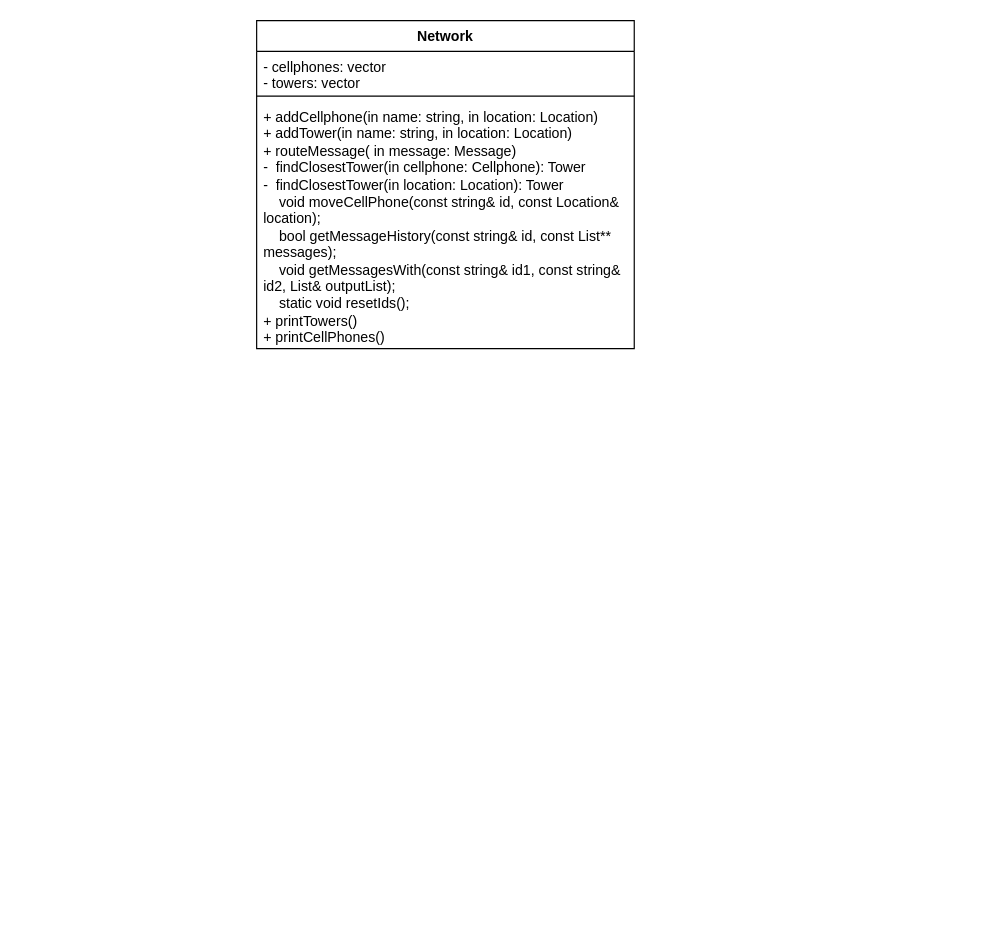
The draw.io diagram Untitled Diagram.drawio in InvalidPathException/draw.io, before the edit. Source tidied: cells renumbered, new cells numbered last; positions are measured from the earlier drawing's top-left corner, leaving out a move shared by most shapes. Both pictures are drawn from the tidied source at 118%, with x=0, y=0 at pixel (256, 20).
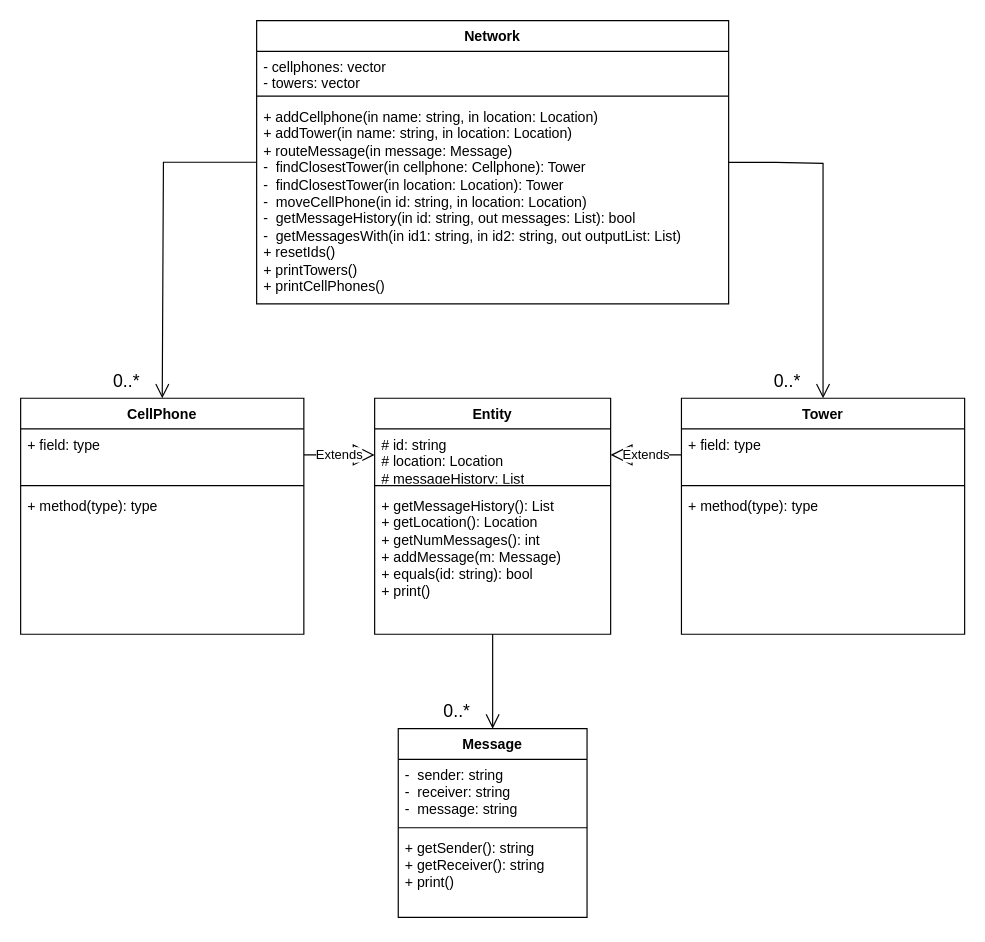
Above is the later version.

Change to the diagram source:
```diff
@@
     <mxCell id="2" value="Network" style="swimlane;fontStyle=1;align=center;verticalAlign=top;horizontal=1;startSize=26;whiteSpace=wrap;html=1;" parent="1" vertex="1">
-      <mxGeometry width="320" height="278" as="geometry" />
+      <mxGeometry width="400" height="240" as="geometry" />
     </mxCell>
     <mxCell id="3" value="&lt;div&gt;- cellphones: vector&lt;/div&gt;&lt;div&gt;- towers: vector&lt;br&gt;&lt;/div&gt;" style="text;strokeColor=none;fillColor=none;align=left;verticalAlign=top;spacingLeft=4;spacingRight=4;overflow=hidden;whiteSpace=wrap;html=1;" parent="2" vertex="1">
-      <mxGeometry y="26" width="320" height="34" as="geometry" />
+      <mxGeometry y="26" width="400" height="34" as="geometry" />
     </mxCell>
     <mxCell id="4" style="line;strokeWidth=1;fillColor=none;align=left;verticalAlign=middle;spacingTop=-1;spacingLeft=3;spacingRight=3;labelPosition=right;strokeColor=inherit;" parent="2" vertex="1">
-      <mxGeometry y="60" width="320" height="8" as="geometry" />
+      <mxGeometry y="60" width="400" height="8" as="geometry" />
     </mxCell>
+    <mxCell id="6" style="edgeStyle=orthogonalEdgeStyle;rounded=0;jettySize=auto;html=1;endArrow=open;endFill=0;endSize=10;startSize=10;" parent="2" edge="1" source="5">
+      <mxGeometry relative="1" as="geometry">
+        <mxPoint x="-80" y="320" as="targetPoint" />
+        <Array as="points">
+          <mxPoint x="-79" y="120" />
+          <mxPoint x="-79" y="320" />
+        </Array>
+      </mxGeometry>
+    </mxCell>
-    <mxCell id="5" value="&lt;div&gt;+ addCellphone(in name: string, in location: Location)&lt;br&gt;+ addTower(in name: string, in location: Location)&lt;/div&gt;&lt;div&gt;+ routeMessage( in message: Message)&lt;br&gt;-&amp;nbsp; findClosestTower(in&amp;nbsp;cellphone: Cellphone): Tower&lt;br&gt;-&amp;nbsp; findClosestTower(in location: Location): Tower&lt;br&gt;&amp;nbsp;&amp;nbsp;&amp;nbsp; void moveCellPhone(const string&amp;amp; id, const Location&amp;amp; location);&lt;br&gt;&amp;nbsp;&amp;nbsp;&amp;nbsp; bool getMessageHistory(const string&amp;amp; id, const List** messages);&lt;br&gt;&amp;nbsp;&amp;nbsp;&amp;nbsp; void getMessagesWith(const string&amp;amp; id1, const string&amp;amp; id2, List&amp;amp; outputList);&lt;br&gt;&amp;nbsp;&amp;nbsp;&amp;nbsp; static void resetIds();&lt;br&gt;&lt;/div&gt;&lt;div&gt;+ printTowers()&lt;/div&gt;&lt;div&gt;+ printCellPhones()&lt;br&gt;&lt;/div&gt;" style="text;strokeColor=none;fillColor=none;align=left;verticalAlign=top;spacingLeft=4;spacingRight=4;overflow=hidden;points=[[0,0.5],[1,0.5]];portConstraint=eastwest;whiteSpace=wrap;html=1;" parent="2" vertex="1">
-      <mxGeometry y="68" width="320" height="210" as="geometry" />
+    <mxCell id="5" value="&lt;div&gt;&lt;div style=&quot;border-color: var(--border-color);&quot;&gt;+ addCellphone(in name: string, in location: Location)&lt;br style=&quot;border-color: var(--border-color);&quot;&gt;+ addTower(in name: string, in location: Location)&lt;/div&gt;&lt;div style=&quot;border-color: var(--border-color);&quot;&gt;+ routeMessage(in message: Message)&lt;br style=&quot;border-color: var(--border-color);&quot;&gt;-&amp;nbsp; findClosestTower(in&amp;nbsp;cellphone: Cellphone): Tower&lt;br style=&quot;border-color: var(--border-color);&quot;&gt;-&amp;nbsp; findClosestTower(in location: Location): Tower&lt;br style=&quot;border-color: var(--border-color);&quot;&gt;&lt;/div&gt;-&amp;nbsp; moveCellPhone(in id: string, in location: Location)&lt;br style=&quot;border-color: var(--border-color);&quot;&gt;&lt;div style=&quot;border-color: var(--border-color);&quot;&gt;-&amp;nbsp; getMessageHistory(in id: string, out messages: List): bool&lt;br&gt;&lt;/div&gt;&lt;div style=&quot;border-color: var(--border-color);&quot;&gt;-&amp;nbsp; getMessagesWith(in id1: string, in id2: string, out outputList: List)&lt;br style=&quot;border-color: var(--border-color);&quot;&gt;+ resetIds()&lt;br style=&quot;border-color: var(--border-color);&quot;&gt;&lt;/div&gt;&lt;div style=&quot;border-color: var(--border-color);&quot;&gt;+ printTowers()&lt;/div&gt;&lt;div style=&quot;border-color: var(--border-color);&quot;&gt;+ printCellPhones()&lt;/div&gt;&lt;/div&gt;" style="text;strokeColor=none;fillColor=none;align=left;verticalAlign=top;spacingLeft=4;spacingRight=4;overflow=hidden;points=[[0,0.5],[1,0.5]];portConstraint=eastwest;whiteSpace=wrap;html=1;" parent="2" vertex="1">
+      <mxGeometry y="68" width="400" height="172" as="geometry" />
     </mxCell>
+    <mxCell id="7" style="edgeStyle=orthogonalEdgeStyle;rounded=0;orthogonalLoop=1;jettySize=auto;html=1;endArrow=open;endFill=0;endSize=10;startSize=10;" parent="1" edge="1">
+      <mxGeometry relative="1" as="geometry">
+        <mxPoint x="400" y="120.1" as="sourcePoint" />
+        <mxPoint x="480" y="320" as="targetPoint" />
+        <Array as="points">
+          <mxPoint x="440" y="120" />
+          <mxPoint x="480" y="121" />
+        </Array>
+      </mxGeometry>
+    </mxCell>
+    <mxCell id="8" value="CellPhone" style="swimlane;fontStyle=1;align=center;verticalAlign=top;horizontal=1;startSize=26;whiteSpace=wrap;html=1;" parent="1" vertex="1">
+      <mxGeometry x="-200" y="320" width="240" height="200" as="geometry" />
+    </mxCell>
+    <mxCell id="9" value="+ field: type" style="text;strokeColor=none;fillColor=none;align=left;verticalAlign=top;spacingLeft=4;spacingRight=4;overflow=hidden;points=[[0,0.5],[1,0.5]];portConstraint=eastwest;whiteSpace=wrap;html=1;" parent="8" vertex="1">
+      <mxGeometry y="26" width="240" height="44" as="geometry" />
+    </mxCell>
+    <mxCell id="10" style="line;strokeWidth=1;fillColor=none;align=left;verticalAlign=middle;spacingTop=-1;spacingLeft=3;spacingRight=3;labelPosition=right;strokeColor=inherit;" parent="8" vertex="1">
+      <mxGeometry y="70" width="240" height="8" as="geometry" />
+    </mxCell>
+    <mxCell id="11" value="+ method(type): type" style="text;strokeColor=none;fillColor=none;align=left;verticalAlign=top;spacingLeft=4;spacingRight=4;overflow=hidden;whiteSpace=wrap;html=1;" parent="8" vertex="1">
+      <mxGeometry y="78" width="240" height="122" as="geometry" />
+    </mxCell>
+    <mxCell id="12" value="Tower" style="swimlane;fontStyle=1;align=center;verticalAlign=top;horizontal=1;startSize=26;whiteSpace=wrap;html=1;" parent="1" vertex="1">
+      <mxGeometry x="360" y="320" width="240" height="200" as="geometry" />
+    </mxCell>
+    <mxCell id="13" value="+ field: type" style="text;strokeColor=none;fillColor=none;align=left;verticalAlign=top;spacingLeft=4;spacingRight=4;overflow=hidden;points=[[0,0.5],[1,0.5]];portConstraint=eastwest;whiteSpace=wrap;html=1;" parent="12" vertex="1">
+      <mxGeometry y="26" width="240" height="44" as="geometry" />
+    </mxCell>
+    <mxCell id="14" style="line;strokeWidth=1;fillColor=none;align=left;verticalAlign=middle;spacingTop=-1;spacingLeft=3;spacingRight=3;labelPosition=right;strokeColor=inherit;" parent="12" vertex="1">
+      <mxGeometry y="70" width="240" height="8" as="geometry" />
+    </mxCell>
+    <mxCell id="15" value="+ method(type): type" style="text;strokeColor=none;fillColor=none;align=left;verticalAlign=top;spacingLeft=4;spacingRight=4;overflow=hidden;whiteSpace=wrap;html=1;" parent="12" vertex="1">
+      <mxGeometry y="78" width="240" height="122" as="geometry" />
+    </mxCell>
+    <mxCell id="16" style="edgeStyle=orthogonalEdgeStyle;rounded=0;jettySize=auto;html=1;entryX=0.5;entryY=0;entryDx=0;entryDy=0;endArrow=open;endFill=0;endSize=10;" parent="1" edge="1" source="17" target="22">
+      <mxGeometry relative="1" as="geometry" />
+    </mxCell>
+    <mxCell id="17" value="Entity" style="swimlane;fontStyle=1;align=center;verticalAlign=top;horizontal=1;startSize=26;whiteSpace=wrap;html=1;" parent="1" vertex="1">
+      <mxGeometry x="100" y="320" width="200" height="200" as="geometry" />
+    </mxCell>
+    <mxCell id="18" value="# id: string&lt;br&gt;# location: Location&lt;br&gt;# messageHistory: List" style="text;strokeColor=none;fillColor=none;align=left;verticalAlign=top;spacingLeft=4;spacingRight=4;overflow=hidden;points=[[0,0.5],[1,0.5]];portConstraint=eastwest;whiteSpace=wrap;html=1;" parent="17" vertex="1">
+      <mxGeometry y="26" width="200" height="44" as="geometry" />
+    </mxCell>
+    <mxCell id="19" style="line;strokeWidth=1;fillColor=none;align=left;verticalAlign=middle;spacingTop=-1;spacingLeft=3;spacingRight=3;labelPosition=right;strokeColor=inherit;" parent="17" vertex="1">
+      <mxGeometry y="70" width="200" height="8" as="geometry" />
+    </mxCell>
+    <mxCell id="20" value="+ getMessageHistory(): List&lt;br&gt;+ getLocation(): Location&lt;br&gt;+&amp;nbsp;getNumMessages(): int&lt;br&gt;+ addMessage(m: Message)&lt;br&gt;+&amp;nbsp;equals(id: string): bool&lt;br&gt;+ print()" style="text;strokeColor=none;fillColor=none;align=left;verticalAlign=top;spacingLeft=4;spacingRight=4;overflow=hidden;whiteSpace=wrap;html=1;" parent="17" vertex="1">
+      <mxGeometry y="78" width="200" height="122" as="geometry" />
+    </mxCell>
+    <mxCell id="21" value="&lt;font style=&quot;font-size: 15px;&quot;&gt;0..*&lt;/font&gt;" style="text;html=1;strokeColor=none;fillColor=none;align=center;verticalAlign=middle;whiteSpace=wrap;rounded=0;" parent="1" vertex="1">
+      <mxGeometry x="-140" y="290" width="60" height="30" as="geometry" />
+    </mxCell>
+    <mxCell id="22" value="Message" style="swimlane;fontStyle=1;align=center;verticalAlign=top;horizontal=1;startSize=26;whiteSpace=wrap;html=1;" parent="1" vertex="1">
+      <mxGeometry x="120" y="600" width="160" height="160" as="geometry" />
+    </mxCell>
+    <mxCell id="23" value="-&amp;nbsp; sender: string&lt;br&gt;-&amp;nbsp; receiver: string&lt;br&gt;-&amp;nbsp; message: string" style="text;strokeColor=none;fillColor=none;align=left;verticalAlign=top;spacingLeft=4;spacingRight=4;overflow=hidden;whiteSpace=wrap;html=1;" parent="22" vertex="1">
+      <mxGeometry y="26" width="160" height="54" as="geometry" />
+    </mxCell>
+    <mxCell id="24" style="line;strokeWidth=1;fillColor=none;align=left;verticalAlign=middle;spacingTop=-1;spacingLeft=3;spacingRight=3;labelPosition=right;strokeColor=inherit;" parent="22" vertex="1">
+      <mxGeometry y="80" width="160" height="8" as="geometry" />
+    </mxCell>
+    <mxCell id="25" value="+ getSender(): string&lt;br&gt;+ getReceiver(): string&lt;br&gt;+ print()" style="text;strokeColor=none;fillColor=none;align=left;verticalAlign=top;spacingLeft=4;spacingRight=4;overflow=hidden;whiteSpace=wrap;html=1;" parent="22" vertex="1">
+      <mxGeometry y="88" width="160" height="72" as="geometry" />
+    </mxCell>
+    <mxCell id="26" value="Extends" style="endArrow=block;endSize=16;endFill=0;html=1;rounded=0;entryX=1;entryY=0.5;entryDx=0;entryDy=0;exitX=0;exitY=0.5;exitDx=0;exitDy=0;" parent="1" edge="1" source="13" target="18">
+      <mxGeometry relative="1" as="geometry" />
+    </mxCell>
+    <mxCell id="27" value="Extends" style="endArrow=block;endSize=16;endFill=0;html=1;rounded=0;entryX=0;entryY=0.5;entryDx=0;entryDy=0;exitX=1;exitY=0.5;exitDx=0;exitDy=0;" parent="1" edge="1" source="9" target="18">
+      <mxGeometry relative="1" as="geometry" />
+    </mxCell>
+    <mxCell id="28" value="&lt;font style=&quot;font-size: 15px;&quot;&gt;0..*&lt;/font&gt;" style="text;html=1;strokeColor=none;fillColor=none;align=center;verticalAlign=middle;whiteSpace=wrap;rounded=0;" parent="1" vertex="1">
+      <mxGeometry x="420" y="290" width="60" height="30" as="geometry" />
+    </mxCell>
+    <mxCell id="29" value="&lt;font style=&quot;font-size: 15px;&quot;&gt;0..*&lt;/font&gt;" style="text;html=1;strokeColor=none;fillColor=none;align=center;verticalAlign=middle;whiteSpace=wrap;rounded=0;" parent="1" vertex="1">
+      <mxGeometry x="140" y="570" width="60" height="30" as="geometry" />
+    </mxCell>
```
